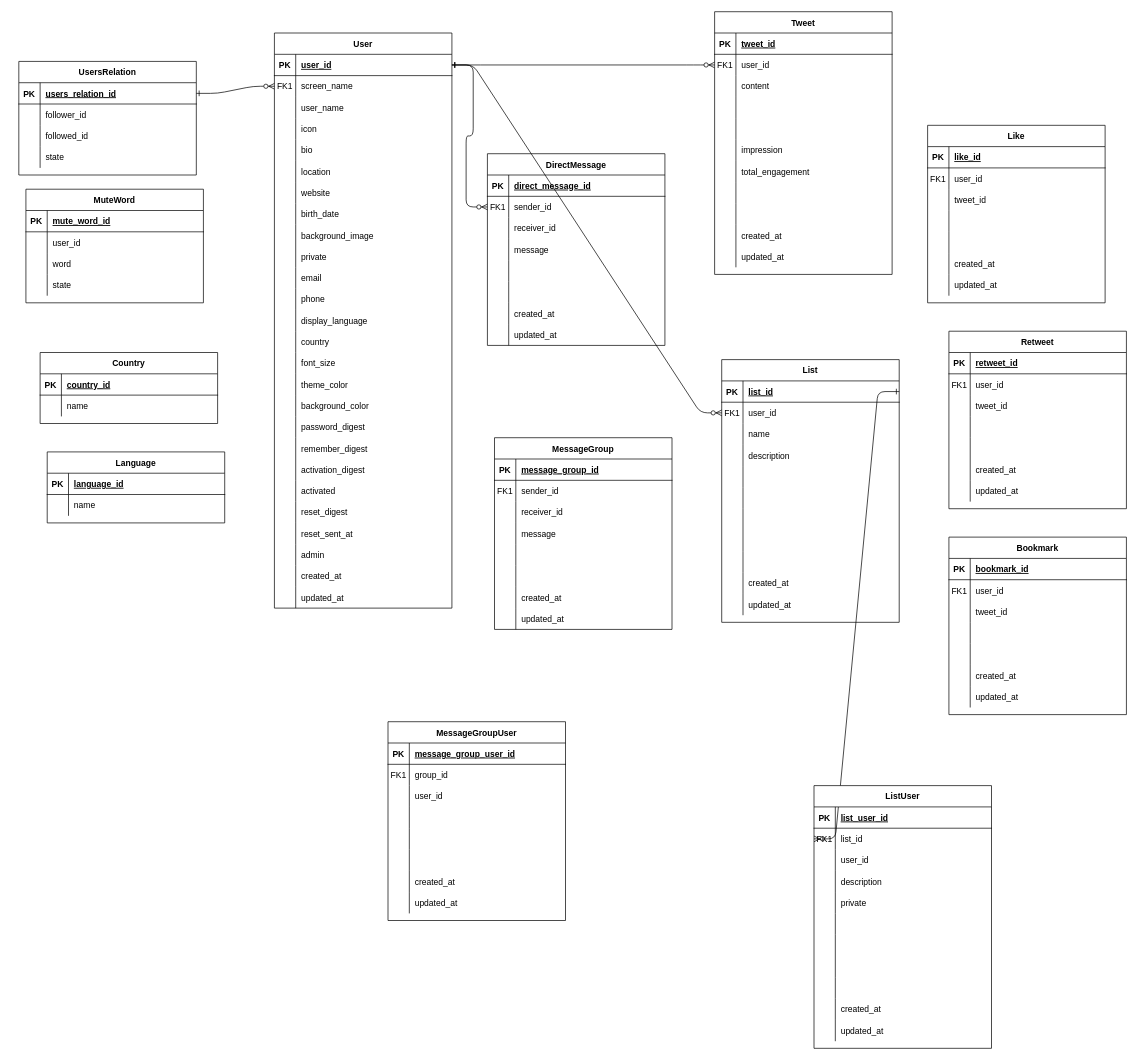
This is twitter.drawio from universato/boot, a draw.io file, before an edit. Source tidied: cells renumbered, new cells numbered last; positions are measured from the earlier drawing's top-left corner, leaving out a move shared by most shapes. Both pictures are drawn from the tidied source at 71%, with x=0, y=0 at pixel (18, 11).
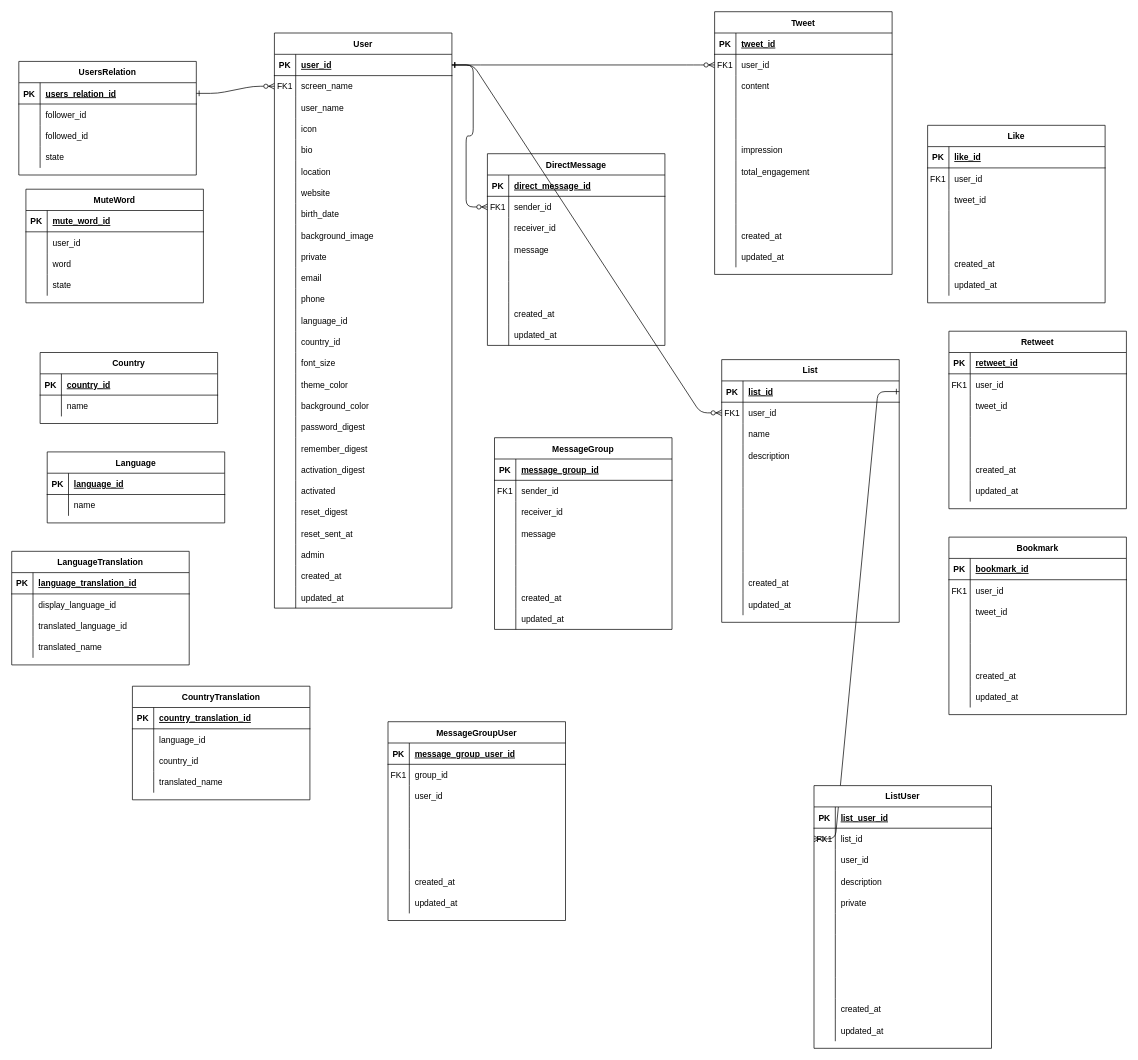
After the change.

Commit message:
Update twitter.drawio about translation

The change refers to these unchanged cells:
```xml
<mxCell id="41" style="shape=partialRectangle;fillColor=none;top=0;left=0;right=0;bottom=0;" parent="4" vertex="1">
  <mxGeometry y="390" width="250" height="30" as="geometry" />
</mxCell>
<mxCell id="44" style="shape=partialRectangle;fillColor=none;top=0;left=0;right=0;bottom=0;" parent="4" vertex="1">
  <mxGeometry y="420" width="250" height="30" as="geometry" />
</mxCell>
```

The edit, as a diff of the source:
```diff
@@
-    <mxCell id="43" value="display_language" style="shape=partialRectangle;overflow=hidden;fillColor=none;top=0;left=0;bottom=0;right=0;align=left;spacingLeft=6;" parent="41" vertex="1">
+    <mxCell id="43" value="language_id" style="shape=partialRectangle;overflow=hidden;fillColor=none;top=0;left=0;bottom=0;right=0;align=left;spacingLeft=6;" parent="41" vertex="1">
       <mxGeometry x="30" width="220" height="30" as="geometry" />
     </mxCell>
@@
-    <mxCell id="46" value="country" style="shape=partialRectangle;overflow=hidden;fillColor=none;top=0;left=0;bottom=0;right=0;align=left;spacingLeft=6;" parent="44" vertex="1">
+    <mxCell id="46" value="country_id" style="shape=partialRectangle;overflow=hidden;fillColor=none;top=0;left=0;bottom=0;right=0;align=left;spacingLeft=6;" parent="44" vertex="1">
       <mxGeometry x="30" width="220" height="30" as="geometry" />
     </mxCell>
@@
+    <mxCell id="369" value="LanguageTranslation" style="shape=table;startSize=30;childLayout=tableLayout;rowLines=0;fontStyle=1;align=center;" parent="1" vertex="1">
+      <mxGeometry x="-10" y="760" width="250" height="160" as="geometry" />
+    </mxCell>
+    <mxCell id="370" style="shape=partialRectangle;fillColor=none;top=0;left=0;right=0;bottom=1;" parent="369" vertex="1">
+      <mxGeometry y="30" width="250" height="30" as="geometry" />
+    </mxCell>
+    <mxCell id="371" value="PK" style="shape=partialRectangle;overflow=hidden;fillColor=none;top=0;left=0;bottom=0;right=0;fontStyle=1;" parent="370" vertex="1">
+      <mxGeometry width="30" height="30" as="geometry" />
+    </mxCell>
+    <mxCell id="372" value="language_translation_id" style="shape=partialRectangle;overflow=hidden;fillColor=none;top=0;left=0;bottom=0;right=0;align=left;spacingLeft=6;fontStyle=5;" parent="370" vertex="1">
+      <mxGeometry x="30" width="220" height="30" as="geometry" />
+    </mxCell>
+    <mxCell id="373" style="shape=partialRectangle;fillColor=none;top=0;left=0;right=0;bottom=0;" parent="369" vertex="1">
+      <mxGeometry y="60" width="250" height="30" as="geometry" />
+    </mxCell>
+    <mxCell id="374" style="shape=partialRectangle;overflow=hidden;fillColor=none;top=0;left=0;bottom=0;right=0;" parent="373" vertex="1">
+      <mxGeometry width="30" height="30" as="geometry" />
+    </mxCell>
+    <mxCell id="375" value="display_language_id" style="shape=partialRectangle;overflow=hidden;fillColor=none;top=0;left=0;bottom=0;right=0;align=left;spacingLeft=6;" parent="373" vertex="1">
+      <mxGeometry x="30" width="220" height="30" as="geometry" />
+    </mxCell>
+    <mxCell id="376" style="shape=partialRectangle;fillColor=none;top=0;left=0;right=0;bottom=0;" parent="369" vertex="1">
+      <mxGeometry y="90" width="250" height="30" as="geometry" />
+    </mxCell>
+    <mxCell id="377" style="shape=partialRectangle;overflow=hidden;fillColor=none;top=0;left=0;bottom=0;right=0;" parent="376" vertex="1">
+      <mxGeometry width="30" height="30" as="geometry" />
+    </mxCell>
+    <mxCell id="378" value="translated_language_id" style="shape=partialRectangle;overflow=hidden;fillColor=none;top=0;left=0;bottom=0;right=0;align=left;spacingLeft=6;" parent="376" vertex="1">
+      <mxGeometry x="30" width="220" height="30" as="geometry" />
+    </mxCell>
+    <mxCell id="379" style="shape=partialRectangle;fillColor=none;top=0;left=0;right=0;bottom=0;" parent="369" vertex="1">
+      <mxGeometry y="120" width="250" height="30" as="geometry" />
+    </mxCell>
+    <mxCell id="380" style="shape=partialRectangle;overflow=hidden;fillColor=none;top=0;left=0;bottom=0;right=0;" parent="379" vertex="1">
+      <mxGeometry width="30" height="30" as="geometry" />
+    </mxCell>
+    <mxCell id="381" value="translated_name" style="shape=partialRectangle;overflow=hidden;fillColor=none;top=0;left=0;bottom=0;right=0;align=left;spacingLeft=6;" parent="379" vertex="1">
+      <mxGeometry x="30" width="220" height="30" as="geometry" />
+    </mxCell>
+    <mxCell id="382" value="CountryTranslation" style="shape=table;startSize=30;childLayout=tableLayout;rowLines=0;fontStyle=1;align=center;" parent="1" vertex="1">
+      <mxGeometry x="160" y="950" width="250" height="160" as="geometry" />
+    </mxCell>
+    <mxCell id="383" style="shape=partialRectangle;fillColor=none;top=0;left=0;right=0;bottom=1;" parent="382" vertex="1">
+      <mxGeometry y="30" width="250" height="30" as="geometry" />
+    </mxCell>
+    <mxCell id="384" value="PK" style="shape=partialRectangle;overflow=hidden;fillColor=none;top=0;left=0;bottom=0;right=0;fontStyle=1;" parent="383" vertex="1">
+      <mxGeometry width="30" height="30" as="geometry" />
+    </mxCell>
+    <mxCell id="385" value="country_translation_id" style="shape=partialRectangle;overflow=hidden;fillColor=none;top=0;left=0;bottom=0;right=0;align=left;spacingLeft=6;fontStyle=5;" parent="383" vertex="1">
+      <mxGeometry x="30" width="220" height="30" as="geometry" />
+    </mxCell>
+    <mxCell id="386" style="shape=partialRectangle;fillColor=none;top=0;left=0;right=0;bottom=0;" parent="382" vertex="1">
+      <mxGeometry y="60" width="250" height="30" as="geometry" />
+    </mxCell>
+    <mxCell id="387" style="shape=partialRectangle;overflow=hidden;fillColor=none;top=0;left=0;bottom=0;right=0;" parent="386" vertex="1">
+      <mxGeometry width="30" height="30" as="geometry" />
+    </mxCell>
+    <mxCell id="388" value="language_id" style="shape=partialRectangle;overflow=hidden;fillColor=none;top=0;left=0;bottom=0;right=0;align=left;spacingLeft=6;" parent="386" vertex="1">
+      <mxGeometry x="30" width="220" height="30" as="geometry" />
+    </mxCell>
+    <mxCell id="389" style="shape=partialRectangle;fillColor=none;top=0;left=0;right=0;bottom=0;" parent="382" vertex="1">
+      <mxGeometry y="90" width="250" height="30" as="geometry" />
+    </mxCell>
+    <mxCell id="390" style="shape=partialRectangle;overflow=hidden;fillColor=none;top=0;left=0;bottom=0;right=0;" parent="389" vertex="1">
+      <mxGeometry width="30" height="30" as="geometry" />
+    </mxCell>
+    <mxCell id="391" value="country_id" style="shape=partialRectangle;overflow=hidden;fillColor=none;top=0;left=0;bottom=0;right=0;align=left;spacingLeft=6;" parent="389" vertex="1">
+      <mxGeometry x="30" width="220" height="30" as="geometry" />
+    </mxCell>
+    <mxCell id="392" style="shape=partialRectangle;fillColor=none;top=0;left=0;right=0;bottom=0;" parent="382" vertex="1">
+      <mxGeometry y="120" width="250" height="30" as="geometry" />
+    </mxCell>
+    <mxCell id="393" style="shape=partialRectangle;overflow=hidden;fillColor=none;top=0;left=0;bottom=0;right=0;" parent="392" vertex="1">
+      <mxGeometry width="30" height="30" as="geometry" />
+    </mxCell>
+    <mxCell id="394" value="translated_name" style="shape=partialRectangle;overflow=hidden;fillColor=none;top=0;left=0;bottom=0;right=0;align=left;spacingLeft=6;" parent="392" vertex="1">
+      <mxGeometry x="30" width="220" height="30" as="geometry" />
+    </mxCell>
```
